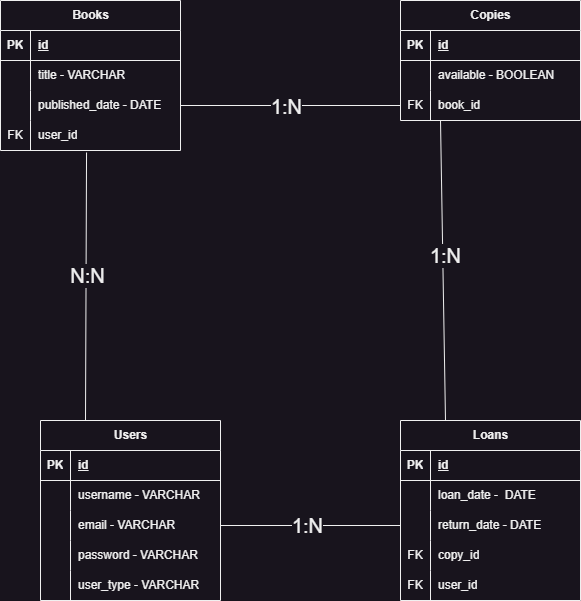
Before: DER.png, a diagram exported from draw.io (projeto-final-biblioteka-T15/Biblioteka). Source tidied: cells renumbered, new cells last; positions are measured from the earlier drawing's top-left corner, leaving out a move shared by most shapes.
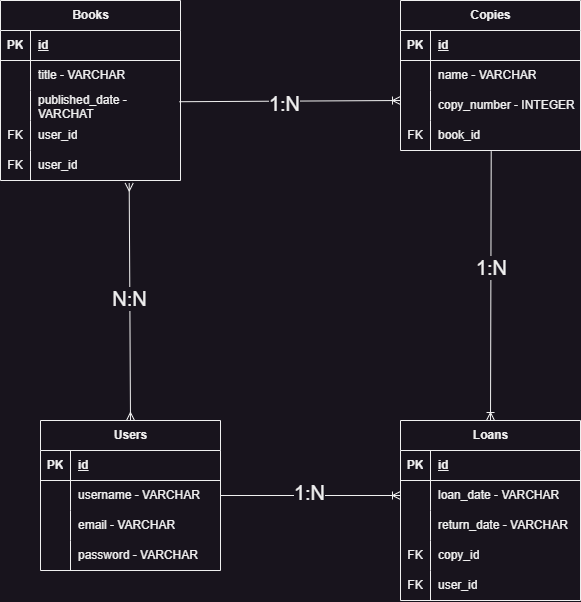
After the change.

Commit message:
fix: arquivo DER atualizado

The edit, as a diff of the source:
```diff
@@ -3,7 +3,7 @@
     <mxCell id="0" />
     <mxCell id="1" parent="0" />
     <mxCell id="2" value="Books" style="shape=table;startSize=30;rowLines=0;fontStyle=1;align=center;html=1;" parent="1" vertex="1">
-      <mxGeometry width="180" height="150" as="geometry" />
+      <mxGeometry width="180" height="180" as="geometry" />
     </mxCell>
     <mxCell id="3" style="shape=tableRow;horizontal=0;startSize=0;swimlaneHead=0;swimlaneBody=0;fillColor=none;top=0;left=0;right=0;bottom=1;" parent="2" vertex="1">
       <mxGeometry y="30" width="180" height="30" as="geometry" />
@@ -29,7 +29,7 @@
     <mxCell id="10" style="shape=partialRectangle;fillColor=none;top=0;left=0;bottom=0;right=0;overflow=hidden;whiteSpace=wrap;html=1;" parent="9" vertex="1">
       <mxGeometry width="30" height="30" as="geometry" />
     </mxCell>
-    <mxCell id="11" value="published_date - DATE" style="shape=partialRectangle;fillColor=none;top=0;left=0;bottom=0;right=0;align=left;spacingLeft=6;overflow=hidden;whiteSpace=wrap;html=1;" parent="9" vertex="1">
+    <mxCell id="11" value="published_date - VARCHAT" style="shape=partialRectangle;fillColor=none;top=0;left=0;bottom=0;right=0;align=left;spacingLeft=6;overflow=hidden;whiteSpace=wrap;html=1;" parent="9" vertex="1">
       <mxGeometry x="30" width="150" height="30" as="geometry" />
     </mxCell>
     <mxCell id="12" style="shape=tableRow;horizontal=0;startSize=0;swimlaneHead=0;swimlaneBody=0;fillColor=none;points=[[0,0.5],[1,0.5]];portConstraint=eastwest;top=0;left=0;right=0;bottom=0;" parent="2" vertex="1">
@@ -41,8 +41,17 @@
     <mxCell id="14" value="user_id" style="shape=partialRectangle;fillColor=none;top=0;left=0;bottom=0;right=0;align=left;spacingLeft=6;overflow=hidden;whiteSpace=wrap;html=1;" parent="12" vertex="1">
       <mxGeometry x="30" width="150" height="30" as="geometry" />
     </mxCell>
+    <mxCell id="54" style="shape=tableRow;horizontal=0;startSize=0;swimlaneHead=0;swimlaneBody=0;fillColor=none;points=[[0,0.5],[1,0.5]];portConstraint=eastwest;top=0;left=0;right=0;bottom=0;" parent="2" vertex="1">
+      <mxGeometry y="150" width="180" height="30" as="geometry" />
+    </mxCell>
+    <mxCell id="65" value="FK" style="shape=partialRectangle;fillColor=none;top=0;left=0;bottom=0;right=0;overflow=hidden;whiteSpace=wrap;html=1;" parent="54" vertex="1">
+      <mxGeometry width="30" height="30" as="geometry" />
+    </mxCell>
+    <mxCell id="66" value="user_id" style="shape=partialRectangle;fillColor=none;top=0;left=0;bottom=0;right=0;align=left;spacingLeft=6;overflow=hidden;whiteSpace=wrap;html=1;" parent="54" vertex="1">
+      <mxGeometry x="30" width="150" height="30" as="geometry" />
+    </mxCell>
     <mxCell id="15" value="Copies" style="shape=table;startSize=30;rowLines=0;fontStyle=1;align=center;html=1;" parent="1" vertex="1">
-      <mxGeometry x="400" width="180" height="120" as="geometry" />
+      <mxGeometry x="400" width="180" height="150" as="geometry" />
     </mxCell>
     <mxCell id="16" style="shape=tableRow;horizontal=0;startSize=0;swimlaneHead=0;swimlaneBody=0;fillColor=none;top=0;left=0;right=0;bottom=1;" parent="15" vertex="1">
       <mxGeometry y="30" width="180" height="30" as="geometry" />
@@ -59,11 +68,20 @@
     <mxCell id="20" style="shape=partialRectangle;fillColor=none;top=0;left=0;bottom=0;right=0;overflow=hidden;whiteSpace=wrap;html=1;" parent="19" vertex="1">
       <mxGeometry width="30" height="30" as="geometry" />
     </mxCell>
-    <mxCell id="21" value="available - BOOLEAN" style="shape=partialRectangle;fillColor=none;top=0;left=0;bottom=0;right=0;align=left;spacingLeft=6;overflow=hidden;whiteSpace=wrap;html=1;" parent="19" vertex="1">
+    <mxCell id="21" value="name - VARCHAR" style="shape=partialRectangle;fillColor=none;top=0;left=0;bottom=0;right=0;align=left;spacingLeft=6;overflow=hidden;whiteSpace=wrap;html=1;" parent="19" vertex="1">
       <mxGeometry x="30" width="150" height="30" as="geometry" />
     </mxCell>
+    <mxCell id="67" style="shape=tableRow;horizontal=0;startSize=0;swimlaneHead=0;swimlaneBody=0;fillColor=none;top=0;left=0;right=0;bottom=0;" parent="15" vertex="1">
+      <mxGeometry y="90" width="180" height="30" as="geometry" />
+    </mxCell>
+    <mxCell id="55" style="shape=partialRectangle;fillColor=none;top=0;left=0;bottom=0;right=0;overflow=hidden;whiteSpace=wrap;html=1;" parent="67" vertex="1">
+      <mxGeometry width="30" height="30" as="geometry" />
+    </mxCell>
+    <mxCell id="68" value="copy_number - INTEGER" style="shape=partialRectangle;fillColor=none;top=0;left=0;bottom=0;right=0;align=left;spacingLeft=6;overflow=hidden;whiteSpace=wrap;html=1;" parent="67" vertex="1">
+      <mxGeometry x="30" width="150" height="30" as="geometry" />
+    </mxCell>
     <mxCell id="22" style="shape=tableRow;horizontal=0;startSize=0;swimlaneHead=0;swimlaneBody=0;fillColor=none;points=[[0,0.5],[1,0.5]];portConstraint=eastwest;top=0;left=0;right=0;bottom=0;" parent="15" vertex="1">
-      <mxGeometry y="90" width="180" height="30" as="geometry" />
+      <mxGeometry y="120" width="180" height="30" as="geometry" />
     </mxCell>
     <mxCell id="23" value="FK" style="shape=partialRectangle;fillColor=none;top=0;left=0;bottom=0;right=0;overflow=hidden;whiteSpace=wrap;html=1;" parent="22" vertex="1">
       <mxGeometry width="30" height="30" as="geometry" />
@@ -89,7 +107,7 @@
     <mxCell id="30" style="shape=partialRectangle;fillColor=none;top=0;left=0;bottom=0;right=0;overflow=hidden;whiteSpace=wrap;html=1;" parent="29" vertex="1">
       <mxGeometry width="30" height="30" as="geometry" />
     </mxCell>
-    <mxCell id="31" value="loan_date -&amp;nbsp; DATE" style="shape=partialRectangle;fillColor=none;top=0;left=0;bottom=0;right=0;align=left;spacingLeft=6;overflow=hidden;whiteSpace=wrap;html=1;" parent="29" vertex="1">
+    <mxCell id="31" value="loan_date - VARCHAR" style="shape=partialRectangle;fillColor=none;top=0;left=0;bottom=0;right=0;align=left;spacingLeft=6;overflow=hidden;whiteSpace=wrap;html=1;" parent="29" vertex="1">
       <mxGeometry x="30" width="150" height="30" as="geometry" />
     </mxCell>
     <mxCell id="32" style="shape=tableRow;horizontal=0;startSize=0;swimlaneHead=0;swimlaneBody=0;fillColor=none;points=[[0,0.5],[1,0.5]];portConstraint=eastwest;top=0;left=0;right=0;bottom=0;" parent="25" vertex="1">
@@ -98,7 +116,7 @@
     <mxCell id="33" style="shape=partialRectangle;fillColor=none;top=0;left=0;bottom=0;right=0;overflow=hidden;whiteSpace=wrap;html=1;" parent="32" vertex="1">
       <mxGeometry width="30" height="30" as="geometry" />
     </mxCell>
-    <mxCell id="34" value="return_date - DATE" style="shape=partialRectangle;fillColor=none;top=0;left=0;bottom=0;right=0;align=left;spacingLeft=6;overflow=hidden;whiteSpace=wrap;html=1;" parent="32" vertex="1">
+    <mxCell id="34" value="return_date - VARCHAR" style="shape=partialRectangle;fillColor=none;top=0;left=0;bottom=0;right=0;align=left;spacingLeft=6;overflow=hidden;whiteSpace=wrap;html=1;" parent="32" vertex="1">
       <mxGeometry x="30" width="150" height="30" as="geometry" />
     </mxCell>
     <mxCell id="35" style="shape=tableRow;horizontal=0;startSize=0;swimlaneHead=0;swimlaneBody=0;fillColor=none;top=0;left=0;right=0;bottom=0;" parent="25" vertex="1">
@@ -120,7 +138,7 @@
       <mxGeometry x="30" width="150" height="30" as="geometry" />
     </mxCell>
     <mxCell id="41" value="Users" style="shape=table;startSize=30;rowLines=0;fontStyle=1;align=center;html=1;" parent="1" vertex="1">
-      <mxGeometry x="40" y="420" width="180" height="180" as="geometry" />
+      <mxGeometry x="40" y="420" width="180" height="150" as="geometry" />
     </mxCell>
     <mxCell id="42" style="shape=tableRow;horizontal=0;startSize=0;swimlaneHead=0;swimlaneBody=0;fillColor=none;top=0;left=0;right=0;bottom=1;" parent="41" vertex="1">
       <mxGeometry y="30" width="180" height="30" as="geometry" />
@@ -158,40 +176,34 @@
     <mxCell id="53" value="password - VARCHAR" style="shape=partialRectangle;fillColor=none;top=0;left=0;bottom=0;right=0;align=left;spacingLeft=6;overflow=hidden;whiteSpace=wrap;html=1;" parent="51" vertex="1">
       <mxGeometry x="30" width="150" height="30" as="geometry" />
     </mxCell>
-    <mxCell id="54" style="shape=tableRow;horizontal=0;startSize=0;swimlaneHead=0;swimlaneBody=0;fillColor=none;points=[[0,0.5],[1,0.5]];portConstraint=eastwest;top=0;left=0;right=0;bottom=0;" parent="41" vertex="1">
-      <mxGeometry y="150" width="180" height="30" as="geometry" />
-    </mxCell>
-    <mxCell id="55" style="shape=partialRectangle;fillColor=none;top=0;left=0;bottom=0;right=0;overflow=hidden;whiteSpace=wrap;html=1;" parent="54" vertex="1">
-      <mxGeometry width="30" height="30" as="geometry" />
-    </mxCell>
-    <mxCell id="56" value="user_type - VARCHAR" style="shape=partialRectangle;fillColor=none;top=0;left=0;bottom=0;right=0;align=left;spacingLeft=6;overflow=hidden;whiteSpace=wrap;html=1;" parent="54" vertex="1">
-      <mxGeometry x="30" width="150" height="30" as="geometry" />
-    </mxCell>
-    <mxCell id="57" style="endArrow=none;html=1;rounded=0;exitX=0.25;exitY=0;exitDx=0;exitDy=0;" parent="1" edge="1" source="25">
-      <mxGeometry relative="1" as="geometry">
-        <mxPoint x="440" y="120" as="targetPoint" />
-      </mxGeometry>
-    </mxCell>
-    <mxCell id="58" value="1:N&lt;br style=&quot;font-size: 20px;&quot;&gt;" style="edgeLabel;html=1;align=center;verticalAlign=middle;fontSize=20;" parent="57" vertex="1">
-      <mxGeometry x="0.1" y="-2" relative="1" as="geometry" />
-    </mxCell>
-    <mxCell id="59" style="endArrow=none;html=1;rounded=0;exitX=0;exitY=0.5;exitDx=0;exitDy=0;entryX=1;entryY=0.5;entryDx=0;entryDy=0;" parent="1" edge="1" source="32" target="48">
-      <mxGeometry relative="1" as="geometry" />
-    </mxCell>
-    <mxCell id="60" value="1:N" style="edgeLabel;html=1;align=center;verticalAlign=middle;fontSize=20;" parent="59" vertex="1">
-      <mxGeometry x="0.05" y="-1" relative="1" as="geometry" />
-    </mxCell>
-    <mxCell id="61" style="endArrow=none;html=1;rounded=0;entryX=0.478;entryY=1.067;entryDx=0;entryDy=0;entryPerimeter=0;exitX=0.25;exitY=0;exitDx=0;exitDy=0;" parent="1" edge="1" source="41" target="12">
-      <mxGeometry relative="1" as="geometry" />
-    </mxCell>
+    <mxCell id="69" style="fontSize=12;html=1;endArrow=ERmany;startArrow=ERmany;rounded=0;entryX=0.715;entryY=1.086;entryDx=0;entryDy=0;entryPerimeter=0;exitX=0.5;exitY=0;exitDx=0;exitDy=0;" parent="1" edge="1" source="41" target="54">
+      <mxGeometry relative="1" as="geometry" />
+    </mxCell>
-    <mxCell id="62" value="N:N" style="edgeLabel;html=1;align=center;verticalAlign=middle;fontSize=20;" parent="61" vertex="1">
-      <mxGeometry x="0.09" y="-1" relative="1" as="geometry" />
+    <mxCell id="62" value="&lt;font style=&quot;font-size: 20px;&quot;&gt;N:N&lt;/font&gt;" style="edgeLabel;html=1;align=center;verticalAlign=middle;" parent="69" vertex="1">
+      <mxGeometry x="0.03" y="1" relative="1" as="geometry" />
     </mxCell>
-    <mxCell id="63" style="endArrow=none;html=1;rounded=0;exitX=1;exitY=0.5;exitDx=0;exitDy=0;entryX=0;entryY=0.5;entryDx=0;entryDy=0;" parent="1" edge="1" source="9" target="22">
-      <mxGeometry relative="1" as="geometry" />
-    </mxCell>
-    <mxCell id="64" value="&lt;font style=&quot;font-size: 20px;&quot;&gt;1:N&lt;/font&gt;" style="edgeLabel;html=1;align=center;verticalAlign=middle;" parent="63" vertex="1">
-      <mxGeometry x="-0.05" relative="1" as="geometry" />
-    </mxCell>
+    <mxCell id="70" style="fontSize=12;html=1;endArrow=ERoneToMany;rounded=0;exitX=0.994;exitY=0.374;exitDx=0;exitDy=0;exitPerimeter=0;" parent="1" edge="1" source="9">
+      <mxGeometry relative="1" as="geometry">
+        <mxPoint x="400" y="100" as="targetPoint" />
+      </mxGeometry>
+    </mxCell>
+    <mxCell id="71" value="&lt;font style=&quot;font-size: 20px;&quot;&gt;1:N&lt;/font&gt;" style="edgeLabel;html=1;align=center;verticalAlign=middle;" parent="70" vertex="1">
+      <mxGeometry x="-0.05" y="-2" relative="1" as="geometry" />
+    </mxCell>
+    <mxCell id="72" style="fontSize=12;html=1;endArrow=ERoneToMany;rounded=0;entryX=0.5;entryY=0;entryDx=0;entryDy=0;exitX=0.504;exitY=1.029;exitDx=0;exitDy=0;exitPerimeter=0;" parent="1" edge="1" source="22" target="25">
+      <mxGeometry relative="1" as="geometry" />
+    </mxCell>
+    <mxCell id="73" value="&lt;font style=&quot;font-size: 20px;&quot;&gt;1:N&lt;/font&gt;" style="edgeLabel;html=1;align=center;verticalAlign=middle;" parent="72" vertex="1">
+      <mxGeometry x="-0.14" relative="1" as="geometry" />
+    </mxCell>
+    <mxCell id="74" style="fontSize=12;html=1;endArrow=ERoneToMany;rounded=0;exitX=1;exitY=0.5;exitDx=0;exitDy=0;" parent="1" edge="1" source="45" target="29">
+      <mxGeometry relative="1" as="geometry" />
+    </mxCell>
+    <mxCell id="75" value="1:N" style="edgeLabel;html=1;align=center;verticalAlign=middle;" parent="74" vertex="1">
+      <mxGeometry x="-0.05" y="3" relative="1" as="geometry" />
+    </mxCell>
+    <mxCell id="76" value="&lt;font style=&quot;font-size: 20px;&quot;&gt;1:N&lt;/font&gt;" style="edgeLabel;html=1;align=center;verticalAlign=middle;" parent="74" vertex="1">
+      <mxGeometry x="-0.01" y="3" relative="1" as="geometry" />
+    </mxCell>
   </root>
 </mxGraphModel>
```
